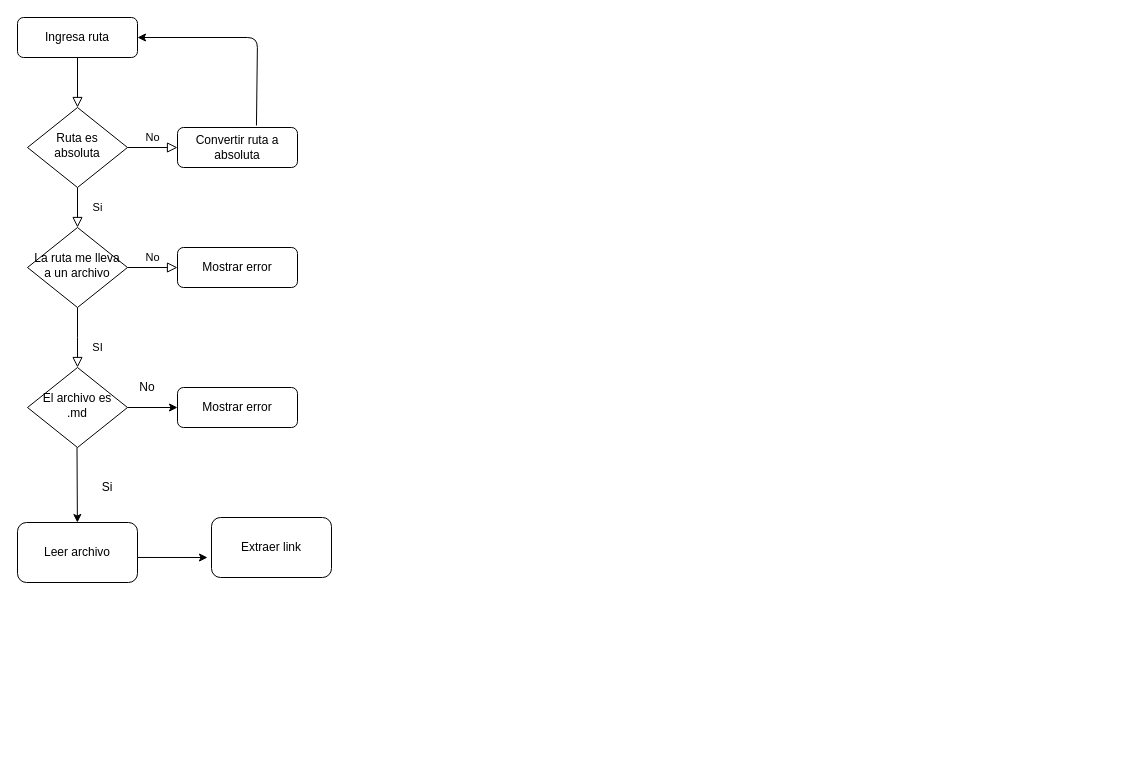
This is Untitled Diagram.drawio from oriananohemi/bog001-md-links, a draw.io file, before an edit. Source tidied: cells renumbered, new cells numbered last; positions are measured from the earlier drawing's top-left corner, leaving out a move shared by most shapes. Both pictures are drawn from the tidied source at 100%, with x=0, y=0 at pixel (17, 17).
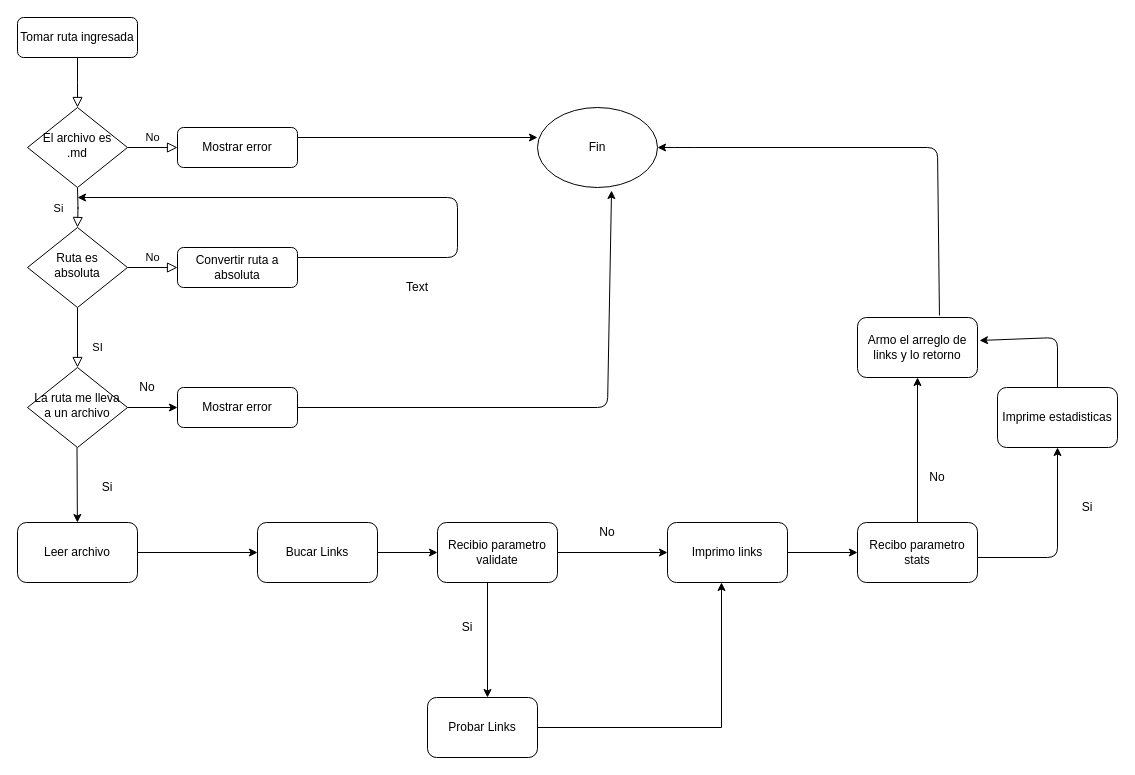
After the change.

The change refers to these unchanged cells:
```xml
<mxCell id="16" value="Mostrar error" style="rounded=1;whiteSpace=wrap;html=1;fontSize=12;glass=0;strokeWidth=1;shadow=0;" parent="1" vertex="1">
  <mxGeometry x="160" y="370" width="120" height="40" as="geometry" />
</mxCell>
<mxCell id="19" value="Leer archivo" style="rounded=1;whiteSpace=wrap;html=1;" parent="1" vertex="1">
  <mxGeometry y="505" width="120" height="60" as="geometry" />
</mxCell>
```

Diff of the diagram source:
```diff
@@
-    <mxCell id="2" style="rounded=0;html=1;jettySize=auto;fontSize=11;endArrow=block;endFill=0;endSize=8;strokeWidth=1;shadow=0;labelBackgroundColor=none;edgeStyle=orthogonalEdgeStyle;" parent="1" edge="1" source="3" target="6">
-      <mxGeometry relative="1" as="geometry" />
+    <mxCell id="2" style="rounded=0;html=1;jettySize=auto;fontSize=11;endArrow=block;endFill=0;endSize=8;strokeWidth=1;shadow=0;labelBackgroundColor=none;edgeStyle=orthogonalEdgeStyle;" parent="1" edge="1" source="3">
+      <mxGeometry relative="1" as="geometry">
+        <mxPoint x="60" y="90" as="targetPoint" />
+      </mxGeometry>
     </mxCell>
-    <mxCell id="3" value="Ingresa ruta" style="rounded=1;whiteSpace=wrap;html=1;fontSize=12;glass=0;strokeWidth=1;shadow=0;" parent="1" vertex="1">
+    <mxCell id="3" value="Tomar ruta ingresada" style="rounded=1;whiteSpace=wrap;html=1;fontSize=12;glass=0;strokeWidth=1;shadow=0;" parent="1" vertex="1">
       <mxGeometry width="120" height="40" as="geometry" />
     </mxCell>
-    <mxCell id="4" value="Si&lt;br&gt;" style="rounded=0;html=1;jettySize=auto;fontSize=11;endArrow=block;endFill=0;endSize=8;strokeWidth=1;shadow=0;labelBackgroundColor=none;edgeStyle=orthogonalEdgeStyle;" parent="1" edge="1" source="6" target="10">
-      <mxGeometry y="20" relative="1" as="geometry" />
+    <mxCell id="4" value="Si&lt;br&gt;" style="rounded=0;html=1;jettySize=auto;orthogonalLoop=1;fontSize=11;endArrow=block;endFill=0;endSize=8;strokeWidth=1;shadow=0;labelBackgroundColor=none;edgeStyle=orthogonalEdgeStyle;" parent="1" edge="1">
+      <mxGeometry y="20" relative="1" as="geometry">
+        <mxPoint x="60" y="170" as="sourcePoint" />
+        <mxPoint x="60" y="210" as="targetPoint" />
+      </mxGeometry>
     </mxCell>
-    <mxCell id="5" value="No" style="edgeStyle=orthogonalEdgeStyle;rounded=0;html=1;jettySize=auto;fontSize=11;endArrow=block;endFill=0;endSize=8;strokeWidth=1;shadow=0;labelBackgroundColor=none;" parent="1" edge="1" source="6" target="7">
-      <mxGeometry y="10" relative="1" as="geometry" />
+    <mxCell id="5" value="No" style="edgeStyle=orthogonalEdgeStyle;rounded=0;html=1;jettySize=auto;orthogonalLoop=1;fontSize=11;endArrow=block;endFill=0;endSize=8;strokeWidth=1;shadow=0;labelBackgroundColor=none;" parent="1" edge="1">
+      <mxGeometry y="10" relative="1" as="geometry">
+        <mxPoint x="110" y="130" as="sourcePoint" />
+        <mxPoint x="160" y="130" as="targetPoint" />
+      </mxGeometry>
     </mxCell>
-    <mxCell id="6" value="Ruta es absoluta" style="rhombus;whiteSpace=wrap;html=1;shadow=0;fontFamily=Helvetica;fontSize=12;align=center;strokeWidth=1;spacing=6;spacingTop=-4;" parent="1" vertex="1">
-      <mxGeometry x="10" y="90" width="100" height="80" as="geometry" />
-    </mxCell>
-    <mxCell id="7" value="Convertir ruta a absoluta" style="rounded=1;whiteSpace=wrap;html=1;fontSize=12;glass=0;strokeWidth=1;shadow=0;" parent="1" vertex="1">
-      <mxGeometry x="160" y="110" width="120" height="40" as="geometry" />
-    </mxCell>
-    <mxCell id="8" value="SI" style="rounded=0;html=1;jettySize=auto;fontSize=11;endArrow=block;endFill=0;endSize=8;strokeWidth=1;shadow=0;labelBackgroundColor=none;edgeStyle=orthogonalEdgeStyle;" parent="1" edge="1" source="10">
+    <mxCell id="8" value="SI" style="rounded=0;html=1;jettySize=auto;orthogonalLoop=1;fontSize=11;endArrow=block;endFill=0;endSize=8;strokeWidth=1;shadow=0;labelBackgroundColor=none;edgeStyle=orthogonalEdgeStyle;" parent="1" edge="1">
       <mxGeometry x="0.33" y="20" relative="1" as="geometry">
+        <mxPoint x="60" y="290" as="sourcePoint" />
         <mxPoint x="60" y="350" as="targetPoint" />
       </mxGeometry>
     </mxCell>
-    <mxCell id="9" value="No" style="edgeStyle=orthogonalEdgeStyle;rounded=0;html=1;jettySize=auto;fontSize=11;endArrow=block;endFill=0;endSize=8;strokeWidth=1;shadow=0;labelBackgroundColor=none;" parent="1" edge="1" source="10" target="11">
-      <mxGeometry y="10" relative="1" as="geometry" />
+    <mxCell id="9" value="No" style="edgeStyle=orthogonalEdgeStyle;rounded=0;html=1;jettySize=auto;orthogonalLoop=1;fontSize=11;endArrow=block;endFill=0;endSize=8;strokeWidth=1;shadow=0;labelBackgroundColor=none;" parent="1" edge="1">
+      <mxGeometry y="10" relative="1" as="geometry">
+        <mxPoint x="110" y="250" as="sourcePoint" />
+        <mxPoint x="160" y="250" as="targetPoint" />
+      </mxGeometry>
     </mxCell>
-    <mxCell id="10" value="La ruta me lleva a un archivo" style="rhombus;whiteSpace=wrap;html=1;shadow=0;fontFamily=Helvetica;fontSize=12;align=center;strokeWidth=1;spacing=6;spacingTop=-4;" parent="1" vertex="1">
-      <mxGeometry x="10" y="210" width="100" height="80" as="geometry" />
-    </mxCell>
-    <mxCell id="11" value="Mostrar error" style="rounded=1;whiteSpace=wrap;html=1;fontSize=12;glass=0;strokeWidth=1;shadow=0;" parent="1" vertex="1">
-      <mxGeometry x="160" y="230" width="120" height="40" as="geometry" />
-    </mxCell>
-    <mxCell id="12" style="endArrow=classic;html=1;exitX=0.658;exitY=-0.05;exitDx=0;exitDy=0;exitPerimeter=0;entryX=1;entryY=0.5;entryDx=0;entryDy=0;" parent="1" edge="1" source="7" target="3">
+    <mxCell id="12" style="endArrow=classic;html=1;exitX=1;exitY=0.25;exitDx=0;exitDy=0;" parent="1" edge="1" source="7">
       <mxGeometry relative="1" as="geometry">
+        <mxPoint x="60" y="180" as="targetPoint" />
         <Array as="points">
-          <mxPoint x="240" y="20" />
+          <mxPoint x="440" y="240" />
+          <mxPoint x="440" y="180" />
         </Array>
       </mxGeometry>
     </mxCell>
-    <mxCell id="13" value="El archivo es .md" style="rhombus;whiteSpace=wrap;html=1;shadow=0;fontFamily=Helvetica;fontSize=12;align=center;strokeWidth=1;spacing=6;spacingTop=-4;" parent="1" vertex="1">
-      <mxGeometry x="10" y="350" width="100" height="80" as="geometry" />
-    </mxCell>
-    <mxCell id="14" style="endArrow=classic;html=1;exitX=1;exitY=0.5;exitDx=0;exitDy=0;" parent="1" edge="1" source="13">
+    <mxCell id="14" style="endArrow=classic;html=1;exitX=1;exitY=0.5;exitDx=0;exitDy=0;" parent="1" edge="1">
       <mxGeometry relative="1" as="geometry">
+        <mxPoint x="110" y="390" as="sourcePoint" />
         <mxPoint x="160" y="390" as="targetPoint" />
       </mxGeometry>
     </mxCell>
@@
+    <mxCell id="22" style="edgeStyle=orthogonalEdgeStyle;rounded=0;jettySize=auto;html=1;entryX=0.45;entryY=1;entryDx=0;entryDy=0;entryPerimeter=0;" parent="1" edge="1" source="20" target="37">
+      <mxGeometry relative="1" as="geometry" />
+    </mxCell>
-    <mxCell id="20" value="Extraer link" style="rounded=1;whiteSpace=wrap;html=1;" parent="1" vertex="1">
-      <mxGeometry x="194" y="500" width="120" height="60" as="geometry" />
+    <mxCell id="20" value="Probar Links" style="rounded=1;whiteSpace=wrap;html=1;" parent="1" vertex="1">
+      <mxGeometry x="410" y="680" width="110" height="60" as="geometry" />
     </mxCell>
-    <mxCell id="21" style="endArrow=classic;html=1;exitX=1;exitY=0.583;exitDx=0;exitDy=0;exitPerimeter=0;" parent="1" edge="1" source="19">
-      <mxGeometry relative="1" as="geometry">
-        <mxPoint x="190" y="540" as="targetPoint" />
-      </mxGeometry>
-    </mxCell>
+    <mxCell id="10" value="La ruta me lleva a un archivo" style="rhombus;whiteSpace=wrap;html=1;shadow=0;fontFamily=Helvetica;fontSize=12;align=center;strokeWidth=1;spacing=6;spacingTop=-4;" parent="1" vertex="1">
+      <mxGeometry x="10" y="350" width="100" height="80" as="geometry" />
+    </mxCell>
+    <mxCell id="6" value="Ruta es absoluta" style="rhombus;whiteSpace=wrap;html=1;shadow=0;fontFamily=Helvetica;fontSize=12;align=center;strokeWidth=1;spacing=6;spacingTop=-4;" parent="1" vertex="1">
+      <mxGeometry x="10" y="210" width="100" height="80" as="geometry" />
+    </mxCell>
+    <mxCell id="13" value="El archivo es .md" style="rhombus;whiteSpace=wrap;html=1;shadow=0;fontFamily=Helvetica;fontSize=12;align=center;strokeWidth=1;spacing=6;spacingTop=-4;" parent="1" vertex="1">
+      <mxGeometry x="10" y="90" width="100" height="80" as="geometry" />
+    </mxCell>
+    <mxCell id="7" value="Convertir ruta a absoluta" style="rounded=1;whiteSpace=wrap;html=1;fontSize=12;glass=0;strokeWidth=1;shadow=0;" parent="1" vertex="1">
+      <mxGeometry x="160" y="230" width="120" height="40" as="geometry" />
+    </mxCell>
+    <mxCell id="11" value="Mostrar error" style="rounded=1;whiteSpace=wrap;html=1;fontSize=12;glass=0;strokeWidth=1;shadow=0;" parent="1" vertex="1">
+      <mxGeometry x="160" y="110" width="120" height="40" as="geometry" />
+    </mxCell>
+    <mxCell id="23" style="endArrow=classic;html=1;exitX=1;exitY=0.25;exitDx=0;exitDy=0;" parent="1" edge="1" source="11">
+      <mxGeometry relative="1" as="geometry">
+        <mxPoint x="520" y="120" as="targetPoint" />
+      </mxGeometry>
+    </mxCell>
+    <mxCell id="24" value="Fin" style="ellipse;whiteSpace=wrap;html=1;" parent="1" vertex="1">
+      <mxGeometry x="520" y="90" width="120" height="80" as="geometry" />
+    </mxCell>
+    <mxCell id="25" style="endArrow=classic;html=1;exitX=1;exitY=0.5;exitDx=0;exitDy=0;entryX=0.617;entryY=1.038;entryDx=0;entryDy=0;entryPerimeter=0;" parent="1" edge="1" source="16" target="24">
+      <mxGeometry relative="1" as="geometry">
+        <Array as="points">
+          <mxPoint x="590" y="390" />
+        </Array>
+      </mxGeometry>
+    </mxCell>
+    <mxCell id="26" style="endArrow=classic;html=1;exitX=1;exitY=0.5;exitDx=0;exitDy=0;" parent="1" edge="1" source="19">
+      <mxGeometry relative="1" as="geometry">
+        <mxPoint x="240" y="535" as="targetPoint" />
+      </mxGeometry>
+    </mxCell>
+    <mxCell id="27" value="Recibio parametro validate" style="rounded=1;whiteSpace=wrap;html=1;" parent="1" vertex="1">
+      <mxGeometry x="420" y="505" width="120" height="60" as="geometry" />
+    </mxCell>
+    <mxCell id="28" value="Text" style="text;html=1;strokeColor=none;fillColor=none;align=center;verticalAlign=middle;whiteSpace=wrap;rounded=0;" parent="1" vertex="1">
+      <mxGeometry x="380" y="260" width="40" height="20" as="geometry" />
+    </mxCell>
+    <mxCell id="29" value="Si" style="text;html=1;strokeColor=none;fillColor=none;align=center;verticalAlign=middle;whiteSpace=wrap;rounded=0;" parent="1" vertex="1">
+      <mxGeometry x="430" y="600" width="40" height="20" as="geometry" />
+    </mxCell>
+    <mxCell id="30" value="No" style="text;html=1;strokeColor=none;fillColor=none;align=center;verticalAlign=middle;whiteSpace=wrap;rounded=0;" parent="1" vertex="1">
+      <mxGeometry x="570" y="505" width="40" height="20" as="geometry" />
+    </mxCell>
+    <mxCell id="31" style="endArrow=classic;html=1;exitX=1;exitY=0.5;exitDx=0;exitDy=0;" parent="1" edge="1" source="27">
+      <mxGeometry relative="1" as="geometry">
+        <mxPoint x="650" y="535" as="targetPoint" />
+      </mxGeometry>
+    </mxCell>
+    <mxCell id="32" value="Armo el arreglo de links y lo retorno" style="rounded=1;whiteSpace=wrap;html=1;" parent="1" vertex="1">
+      <mxGeometry x="840" y="300" width="120" height="60" as="geometry" />
+    </mxCell>
+    <mxCell id="33" style="endArrow=classic;html=1;entryX=1;entryY=0.5;entryDx=0;entryDy=0;exitX=0.683;exitY=-0.033;exitDx=0;exitDy=0;exitPerimeter=0;" parent="1" edge="1" source="32" target="24">
+      <mxGeometry relative="1" as="geometry">
+        <Array as="points">
+          <mxPoint x="920" y="130" />
+          <mxPoint x="667" y="130" />
+        </Array>
+      </mxGeometry>
+    </mxCell>
+    <mxCell id="34" style="endArrow=classic;html=1;exitX=0.5;exitY=1;exitDx=0;exitDy=0;" parent="1" edge="1">
+      <mxGeometry relative="1" as="geometry">
+        <mxPoint x="470" y="565" as="sourcePoint" />
+        <mxPoint x="470" y="680" as="targetPoint" />
+      </mxGeometry>
+    </mxCell>
+    <mxCell id="35" value="Bucar Links" style="rounded=1;whiteSpace=wrap;html=1;" parent="1" vertex="1">
+      <mxGeometry x="240" y="505" width="120" height="60" as="geometry" />
+    </mxCell>
+    <mxCell id="36" style="endArrow=classic;html=1;exitX=1;exitY=0.5;exitDx=0;exitDy=0;entryX=0;entryY=0.5;entryDx=0;entryDy=0;" parent="1" edge="1" source="35" target="27">
+      <mxGeometry relative="1" as="geometry" />
+    </mxCell>
+    <mxCell id="37" value="Imprimo links" style="rounded=1;whiteSpace=wrap;html=1;" parent="1" vertex="1">
+      <mxGeometry x="650" y="505" width="120" height="60" as="geometry" />
+    </mxCell>
+    <mxCell id="38" style="endArrow=classic;html=1;exitX=1;exitY=0.5;exitDx=0;exitDy=0;" parent="1" edge="1" source="37">
+      <mxGeometry relative="1" as="geometry">
+        <mxPoint x="840" y="535" as="targetPoint" />
+      </mxGeometry>
+    </mxCell>
+    <mxCell id="39" style="edgeStyle=orthogonalEdgeStyle;rounded=0;jettySize=auto;html=1;entryX=0.5;entryY=1;entryDx=0;entryDy=0;" parent="1" edge="1" source="40" target="32">
+      <mxGeometry relative="1" as="geometry" />
+    </mxCell>
+    <mxCell id="40" value="Recibo parametro stats" style="rounded=1;whiteSpace=wrap;html=1;" parent="1" vertex="1">
+      <mxGeometry x="840" y="505" width="120" height="60" as="geometry" />
+    </mxCell>
+    <mxCell id="41" value="No" style="text;html=1;strokeColor=none;fillColor=none;align=center;verticalAlign=middle;whiteSpace=wrap;rounded=0;" parent="1" vertex="1">
+      <mxGeometry x="900" y="450" width="40" height="20" as="geometry" />
+    </mxCell>
+    <mxCell id="42" style="endArrow=classic;html=1;" parent="1" edge="1">
+      <mxGeometry relative="1" as="geometry">
+        <mxPoint x="960" y="540" as="sourcePoint" />
+        <mxPoint x="1040" y="430" as="targetPoint" />
+        <Array as="points">
+          <mxPoint x="1040" y="540" />
+        </Array>
+      </mxGeometry>
+    </mxCell>
+    <mxCell id="43" value="Si" style="text;html=1;strokeColor=none;fillColor=none;align=center;verticalAlign=middle;whiteSpace=wrap;rounded=0;" parent="1" vertex="1">
+      <mxGeometry x="1050" y="480" width="40" height="20" as="geometry" />
+    </mxCell>
+    <mxCell id="44" value="Imprime estadisticas" style="rounded=1;whiteSpace=wrap;html=1;" parent="1" vertex="1">
+      <mxGeometry x="980" y="370" width="120" height="60" as="geometry" />
+    </mxCell>
+    <mxCell id="45" style="endArrow=classic;html=1;entryX=1.017;entryY=0.383;entryDx=0;entryDy=0;entryPerimeter=0;" parent="1" edge="1" target="32">
+      <mxGeometry relative="1" as="geometry">
+        <mxPoint x="1040" y="370" as="sourcePoint" />
+        <Array as="points">
+          <mxPoint x="1040" y="320" />
+        </Array>
+      </mxGeometry>
+    </mxCell>
```
